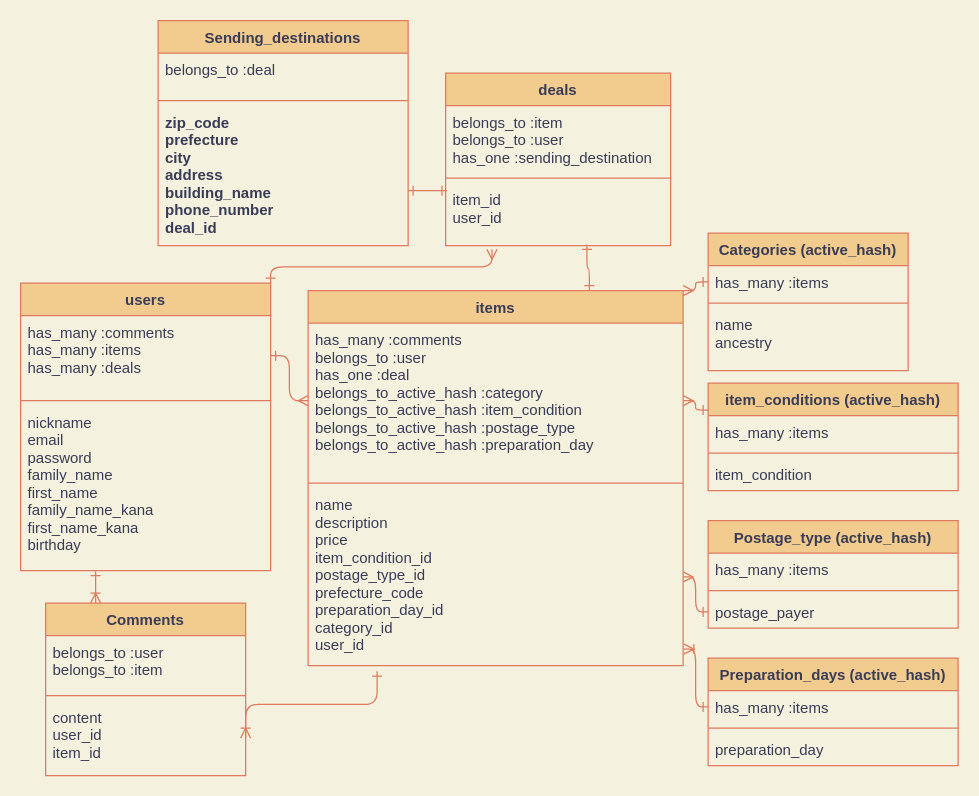
Above: furima.drawio in shinya-tnk/furima-29595 (draw.io), before the change. Source tidied: cells renumbered, new cells numbered last; positions are measured from the earlier drawing's top-left corner, leaving out a move shared by most shapes. Both pictures are drawn from the tidied source at 125%, with x=0, y=0 at pixel (20, 20).
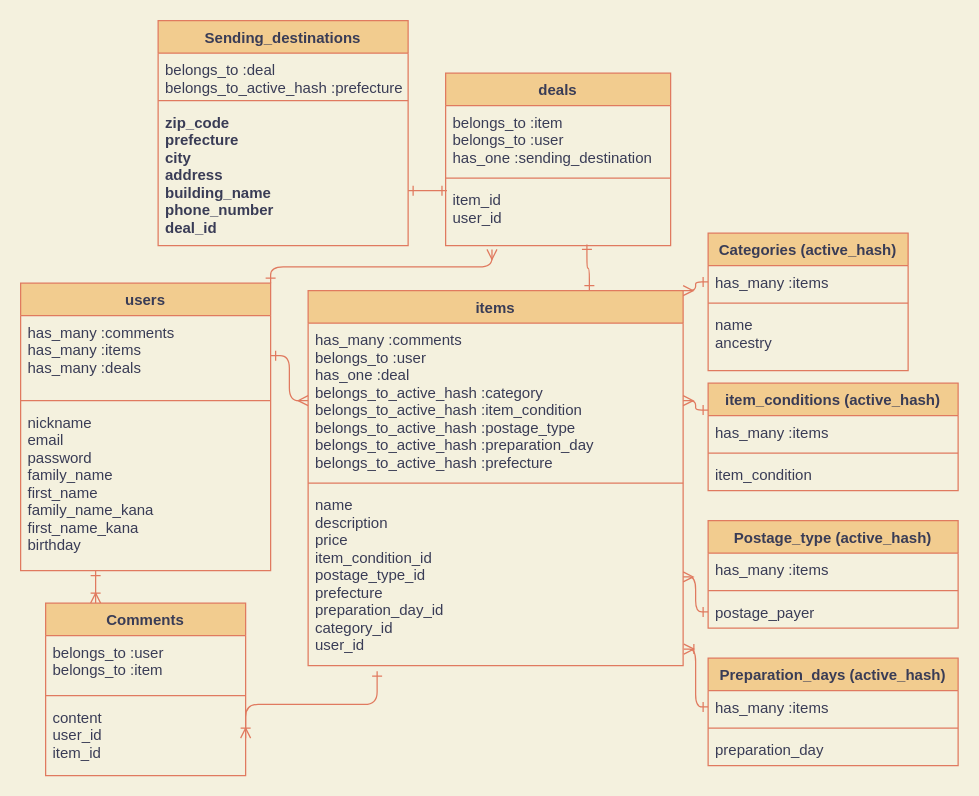
After the change.

Commit message (it also covers changes not shown here):
prefecture(active_hash)アソシエーション記述

The change refers to these unchanged cells:
```xml
<mxCell id="8" value="items" style="swimlane;fontStyle=1;align=center;verticalAlign=top;horizontal=1;startSize=26;fillColor=#F2CC8F;strokeColor=#E07A5F;fontColor=#393C56;" parent="2" vertex="1">
  <mxGeometry y="46" width="300" height="300" as="geometry" />
</mxCell>
<mxCell id="46" value="Sending_destinations" style="swimlane;fontStyle=1;align=center;verticalAlign=top;horizontal=1;startSize=26;fillColor=#F2CC8F;strokeColor=#E07A5F;fontColor=#393C56;" parent="1" vertex="1">
  <mxGeometry x="110" width="200" height="180" as="geometry" />
</mxCell>
```

The edit, as a diff of the source:
```diff
@@
-    <mxCell id="9" value="has_many :comments&#10;belongs_to :user&#10;has_one :deal&#10;belongs_to_active_hash :category&#10;belongs_to_active_hash :item_condition&#10;belongs_to_active_hash :postage_type&#10;belongs_to_active_hash :preparation_day" style="text;strokeColor=none;fillColor=none;align=left;verticalAlign=top;spacingLeft=4;spacingRight=4;overflow=hidden;points=[[0,0.5],[1,0.5]];portConstraint=eastwest;fontColor=#393C56;" parent="8" vertex="1">
+    <mxCell id="9" value="has_many :comments&#10;belongs_to :user&#10;has_one :deal&#10;belongs_to_active_hash :category&#10;belongs_to_active_hash :item_condition&#10;belongs_to_active_hash :postage_type&#10;belongs_to_active_hash :preparation_day&#10;belongs_to_active_hash :prefecture" style="text;strokeColor=none;fillColor=none;align=left;verticalAlign=top;spacingLeft=4;spacingRight=4;overflow=hidden;points=[[0,0.5],[1,0.5]];portConstraint=eastwest;fontColor=#393C56;" parent="8" vertex="1">
       <mxGeometry y="26" width="300" height="124" as="geometry" />
     </mxCell>
@@
-    <mxCell id="11" value="name&#10;description&#10;price&#10;item_condition_id&#10;postage_type_id&#10;prefecture_code&#10;preparation_day_id&#10;category_id&#10;user_id" style="text;strokeColor=none;fillColor=none;align=left;verticalAlign=top;spacingLeft=4;spacingRight=4;overflow=hidden;points=[[0,0.5],[1,0.5]];portConstraint=eastwest;fontColor=#393C56;" parent="8" vertex="1">
+    <mxCell id="11" value="name&#10;description&#10;price&#10;item_condition_id&#10;postage_type_id&#10;prefecture&#10;preparation_day_id&#10;category_id&#10;user_id" style="text;strokeColor=none;fillColor=none;align=left;verticalAlign=top;spacingLeft=4;spacingRight=4;overflow=hidden;points=[[0,0.5],[1,0.5]];portConstraint=eastwest;fontColor=#393C56;" parent="8" vertex="1">
       <mxGeometry y="158" width="300" height="142" as="geometry" />
     </mxCell>
@@
-    <mxCell id="47" value="belongs_to :deal" style="text;strokeColor=none;fillColor=none;align=left;verticalAlign=top;spacingLeft=4;spacingRight=4;overflow=hidden;fontColor=#393C56;" parent="46" vertex="1">
+    <mxCell id="47" value="belongs_to :deal&#10;belongs_to_active_hash :prefecture" style="text;strokeColor=none;fillColor=none;align=left;verticalAlign=top;spacingLeft=4;spacingRight=4;overflow=hidden;fontColor=#393C56;" parent="46" vertex="1">
       <mxGeometry y="26" width="200" height="34" as="geometry" />
     </mxCell>
```
